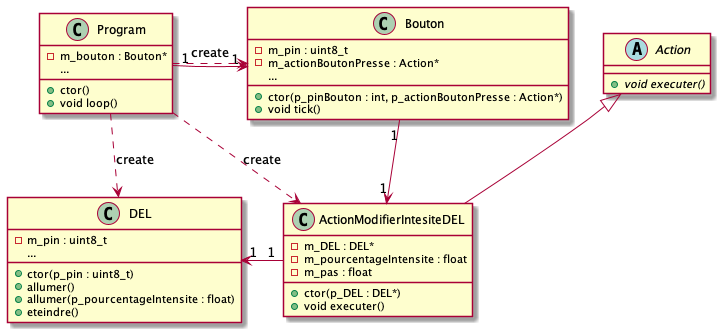
Earlier version of the PlantUML export images/Module06_ProgrammationEntreesNumeriques/wsd/diagramme_classes/dc_Bouton.png (PiFou86/420-W48-SF).
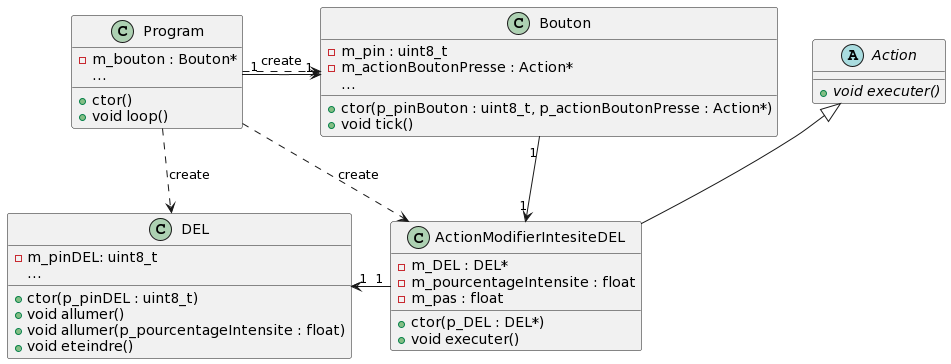
Above is the later version.

What changed in the source:
```diff
@@ -1,6 +1,4 @@
-@startuml dc_Bouton
-skinparam maxMessageSize 50
-
+@startuml
 class Program {
     - m_bouton : Bouton*
     ...
@@ -12,12 +10,12 @@
     - m_pin : uint8_t
     - m_actionBoutonPresse : Action*
     ...
-    + ctor(p_pinBouton : int, p_actionBoutonPresse : Action*)
+    + ctor(p_pinBouton : uint8_t, p_actionBoutonPresse : Action*)
     + void tick()
 }
 
 abstract class Action {
-    + void executer() {abstract}
+    + void {abstract} executer()
 }
 
 class ActionModifierIntesiteDEL {
@@ -28,22 +26,20 @@
     + void executer()
 }
 
-Action <|-- ActionModifierIntesiteDEL
-
 class DEL {
-    - m_pin : uint8_t
+    - m_pinDEL: uint8_t
     ...
-    + ctor(p_pin : uint8_t)
-    + allumer()
-    + allumer(p_pourcentageIntensite : float)
-    + eteindre()
+    + ctor(p_pinDEL : uint8_t)
+    + void allumer()
+    + void allumer(p_pourcentageIntensite : float)
+    + void eteindre()
 }
 
-DEL "1" <-right- "1" ActionModifierIntesiteDEL
-Bouton "1" <-left- "1" Program
-ActionModifierIntesiteDEL "1" <-left- "1" Bouton
 Program ..> DEL : create
-Program ..> Bouton : create
 Program ..> ActionModifierIntesiteDEL : create
-
+Program .> Bouton : create
+Program "1" -> "1" Bouton
+ActionModifierIntesiteDEL "1" -l> "1" DEL
+Bouton "1" --> "1" ActionModifierIntesiteDEL
+ActionModifierIntesiteDEL -u-|> Action
 @enduml
```
